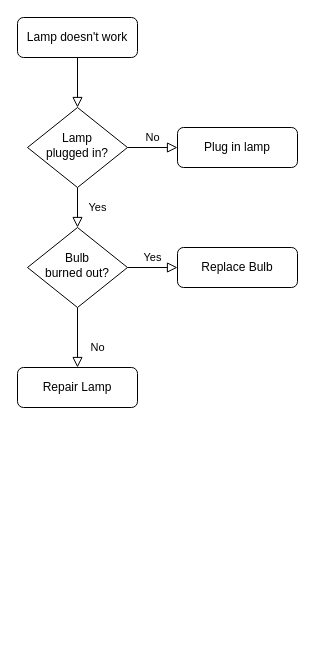
This is 6-16.drawio from liaoxiang9/Picture, a draw.io file, before an edit. Source tidied: cells renumbered, new cells numbered last; positions are measured from the earlier drawing's top-left corner, leaving out a move shared by most shapes. Both pictures are drawn from the tidied source at 100%, with x=0, y=0 at pixel (17, 17).
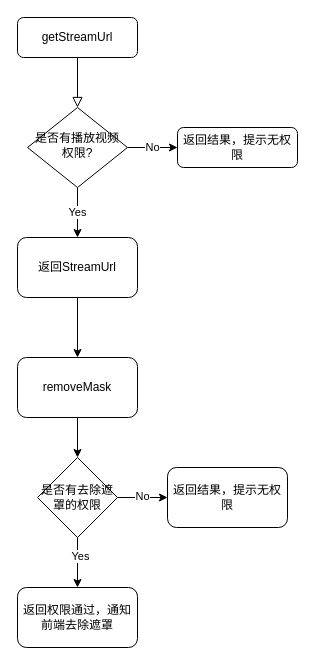
The same diagram, later.

Diff of the diagram source:
```diff
@@
 <mxGraphModel>
   <root>
     <mxCell id="0" />
     <mxCell id="1" parent="0" />
     <mxCell id="2" style="rounded=0;html=1;jettySize=auto;fontSize=11;endArrow=block;endFill=0;endSize=8;strokeWidth=1;shadow=0;labelBackgroundColor=none;edgeStyle=orthogonalEdgeStyle;" parent="1" edge="1" source="3" target="6">
       <mxGeometry relative="1" as="geometry" />
     </mxCell>
-    <mxCell id="3" value="Lamp doesn't work" style="rounded=1;whiteSpace=wrap;html=1;fontSize=12;glass=0;strokeWidth=1;shadow=0;" parent="1" vertex="1">
+    <mxCell id="3" value="getStreamUrl" style="rounded=1;whiteSpace=wrap;html=1;fontSize=12;glass=0;strokeWidth=1;shadow=0;" parent="1" vertex="1">
       <mxGeometry width="120" height="40" as="geometry" />
     </mxCell>
-    <mxCell id="4" value="Yes" style="rounded=0;html=1;jettySize=auto;fontSize=11;endArrow=block;endFill=0;endSize=8;strokeWidth=1;shadow=0;labelBackgroundColor=none;edgeStyle=orthogonalEdgeStyle;" parent="1" edge="1" source="6" target="10">
-      <mxGeometry y="20" relative="1" as="geometry" />
-    </mxCell>
+    <mxCell id="13" value="Yes" style="edgeStyle=orthogonalEdgeStyle;rounded=0;jettySize=auto;html=1;" parent="1" edge="1" source="6" target="15">
+      <mxGeometry relative="1" as="geometry" />
+    </mxCell>
-    <mxCell id="5" value="No" style="edgeStyle=orthogonalEdgeStyle;rounded=0;html=1;jettySize=auto;fontSize=11;endArrow=block;endFill=0;endSize=8;strokeWidth=1;shadow=0;labelBackgroundColor=none;" parent="1" edge="1" source="6" target="7">
-      <mxGeometry y="10" relative="1" as="geometry" />
+    <mxCell id="5" value="No" style="edgeStyle=orthogonalEdgeStyle;rounded=0;jettySize=auto;html=1;entryX=0;entryY=0.5;entryDx=0;entryDy=0;" parent="1" edge="1" source="6" target="7">
+      <mxGeometry relative="1" as="geometry" />
     </mxCell>
-    <mxCell id="6" value="Lamp&lt;br&gt;plugged in?" style="rhombus;whiteSpace=wrap;html=1;shadow=0;fontFamily=Helvetica;fontSize=12;align=center;strokeWidth=1;spacing=6;spacingTop=-4;" parent="1" vertex="1">
+    <mxCell id="6" value="是否有播放视频权限?" style="rhombus;whiteSpace=wrap;html=1;shadow=0;fontFamily=Helvetica;fontSize=12;align=center;strokeWidth=1;spacing=6;spacingTop=-4;" parent="1" vertex="1">
       <mxGeometry x="10" y="90" width="100" height="80" as="geometry" />
     </mxCell>
-    <mxCell id="7" value="Plug in lamp" style="rounded=1;whiteSpace=wrap;html=1;fontSize=12;glass=0;strokeWidth=1;shadow=0;" parent="1" vertex="1">
+    <mxCell id="7" value="返回结果，提示无权限" style="rounded=1;whiteSpace=wrap;html=1;fontSize=12;glass=0;strokeWidth=1;shadow=0;" parent="1" vertex="1">
       <mxGeometry x="160" y="110" width="120" height="40" as="geometry" />
     </mxCell>
-    <mxCell id="8" value="No" style="rounded=0;html=1;jettySize=auto;fontSize=11;endArrow=block;endFill=0;endSize=8;strokeWidth=1;shadow=0;labelBackgroundColor=none;edgeStyle=orthogonalEdgeStyle;" parent="1" edge="1" source="10" target="11">
-      <mxGeometry x="0.33" y="20" relative="1" as="geometry" />
-    </mxCell>
-    <mxCell id="9" value="Yes" style="edgeStyle=orthogonalEdgeStyle;rounded=0;html=1;jettySize=auto;fontSize=11;endArrow=block;endFill=0;endSize=8;strokeWidth=1;shadow=0;labelBackgroundColor=none;" parent="1" edge="1" source="10" target="12">
-      <mxGeometry y="10" relative="1" as="geometry" />
-    </mxCell>
-    <mxCell id="10" value="Bulb&lt;br&gt;burned out?" style="rhombus;whiteSpace=wrap;html=1;shadow=0;fontFamily=Helvetica;fontSize=12;align=center;strokeWidth=1;spacing=6;spacingTop=-4;" parent="1" vertex="1">
-      <mxGeometry x="10" y="210" width="100" height="80" as="geometry" />
-    </mxCell>
-    <mxCell id="11" value="Repair Lamp" style="rounded=1;whiteSpace=wrap;html=1;fontSize=12;glass=0;strokeWidth=1;shadow=0;" parent="1" vertex="1">
-      <mxGeometry y="350" width="120" height="40" as="geometry" />
-    </mxCell>
-    <mxCell id="12" value="Replace Bulb" style="rounded=1;whiteSpace=wrap;html=1;fontSize=12;glass=0;strokeWidth=1;shadow=0;" parent="1" vertex="1">
-      <mxGeometry x="160" y="230" width="120" height="40" as="geometry" />
-    </mxCell>
+    <mxCell id="14" style="edgeStyle=orthogonalEdgeStyle;rounded=0;jettySize=auto;html=1;entryX=0.5;entryY=0;entryDx=0;entryDy=0;" parent="1" edge="1" source="15" target="17">
+      <mxGeometry relative="1" as="geometry" />
+    </mxCell>
+    <mxCell id="15" value="返回StreamUrl" style="rounded=1;whiteSpace=wrap;html=1;" parent="1" vertex="1">
+      <mxGeometry y="220" width="120" height="60" as="geometry" />
+    </mxCell>
+    <mxCell id="16" style="edgeStyle=orthogonalEdgeStyle;rounded=0;jettySize=auto;html=1;exitX=0.5;exitY=1;exitDx=0;exitDy=0;entryX=0.5;entryY=0;entryDx=0;entryDy=0;" parent="1" edge="1" source="17" target="22">
+      <mxGeometry relative="1" as="geometry" />
+    </mxCell>
+    <mxCell id="17" value="removeMask" style="rounded=1;whiteSpace=wrap;html=1;" parent="1" vertex="1">
+      <mxGeometry y="340" width="120" height="60" as="geometry" />
+    </mxCell>
+    <mxCell id="18" style="edgeStyle=orthogonalEdgeStyle;rounded=0;jettySize=auto;html=1;exitX=1;exitY=0.5;exitDx=0;exitDy=0;entryX=0;entryY=0.5;entryDx=0;entryDy=0;" parent="1" edge="1" source="22" target="23">
+      <mxGeometry relative="1" as="geometry" />
+    </mxCell>
+    <mxCell id="19" value="No" style="edgeLabel;html=1;align=center;verticalAlign=middle;" parent="18" vertex="1">
+      <mxGeometry x="-0.04" y="2" relative="1" as="geometry" />
+    </mxCell>
+    <mxCell id="20" style="edgeStyle=orthogonalEdgeStyle;rounded=0;jettySize=auto;html=1;exitX=0.5;exitY=1;exitDx=0;exitDy=0;entryX=0.5;entryY=0;entryDx=0;entryDy=0;" parent="1" edge="1" source="22" target="24">
+      <mxGeometry relative="1" as="geometry" />
+    </mxCell>
+    <mxCell id="21" value="Yes" style="edgeLabel;html=1;align=center;verticalAlign=middle;" parent="20" vertex="1">
+      <mxGeometry x="-0.28" y="2" relative="1" as="geometry" />
+    </mxCell>
+    <mxCell id="22" value="是否有去除遮罩的权限" style="rhombus;whiteSpace=wrap;html=1;" parent="1" vertex="1">
+      <mxGeometry x="20" y="440" width="80" height="80" as="geometry" />
+    </mxCell>
+    <mxCell id="23" value="返回结果，提示无权限" style="rounded=1;whiteSpace=wrap;html=1;" parent="1" vertex="1">
+      <mxGeometry x="150" y="450" width="120" height="60" as="geometry" />
+    </mxCell>
+    <mxCell id="24" value="返回权限通过，通知前端去除遮罩" style="rounded=1;whiteSpace=wrap;html=1;" parent="1" vertex="1">
+      <mxGeometry y="570" width="120" height="60" as="geometry" />
+    </mxCell>
   </root>
 </mxGraphModel>
```
